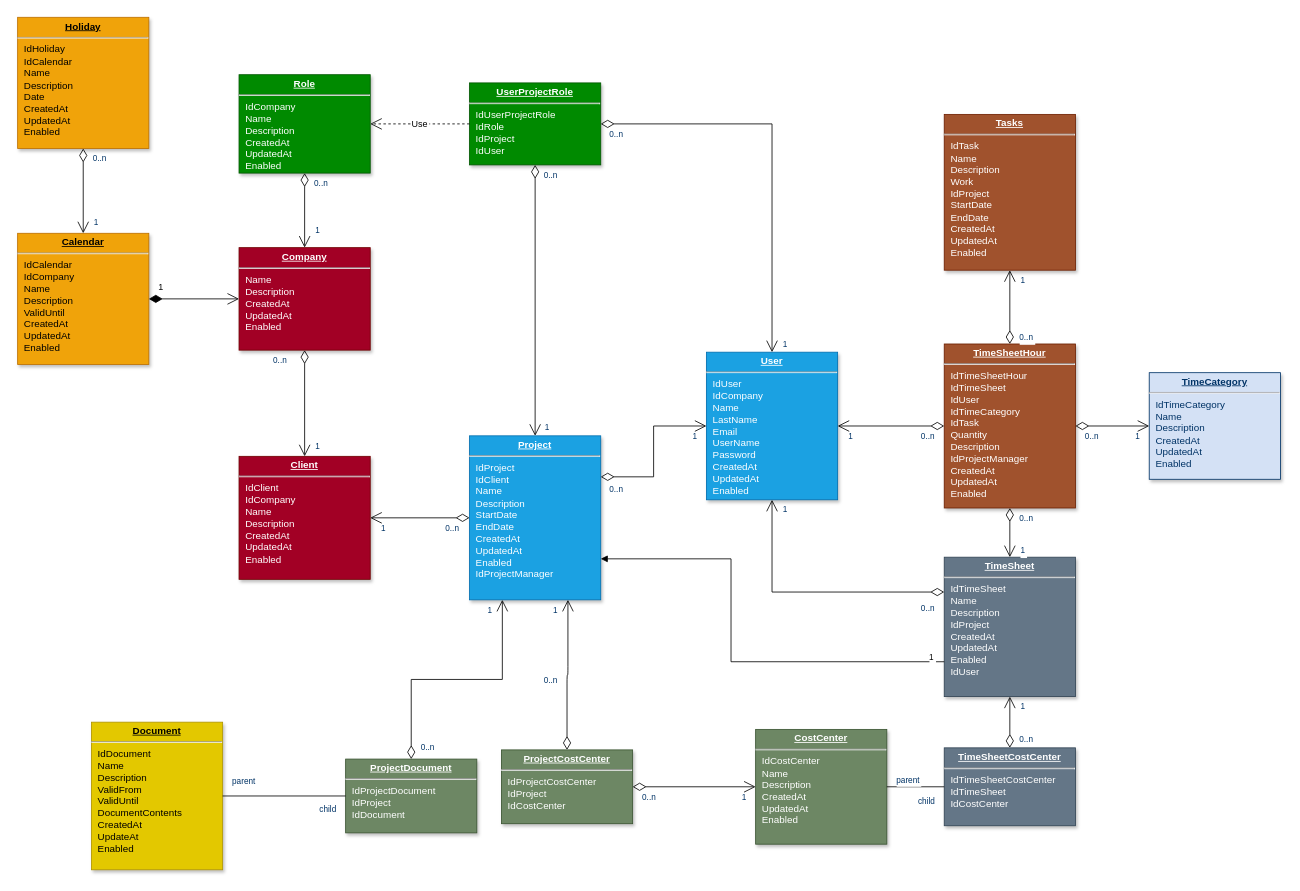
harvey971081/project1030 keeps this draw.io diagram as 未命名绘图.drawio. Above is the earlier version. Source tidied: cells renumbered, new cells numbered last; positions are measured from the earlier drawing's top-left corner, leaving out a move shared by most shapes. Both pictures are drawn from the tidied source at 82%, with x=0, y=0 at pixel (17, 17).
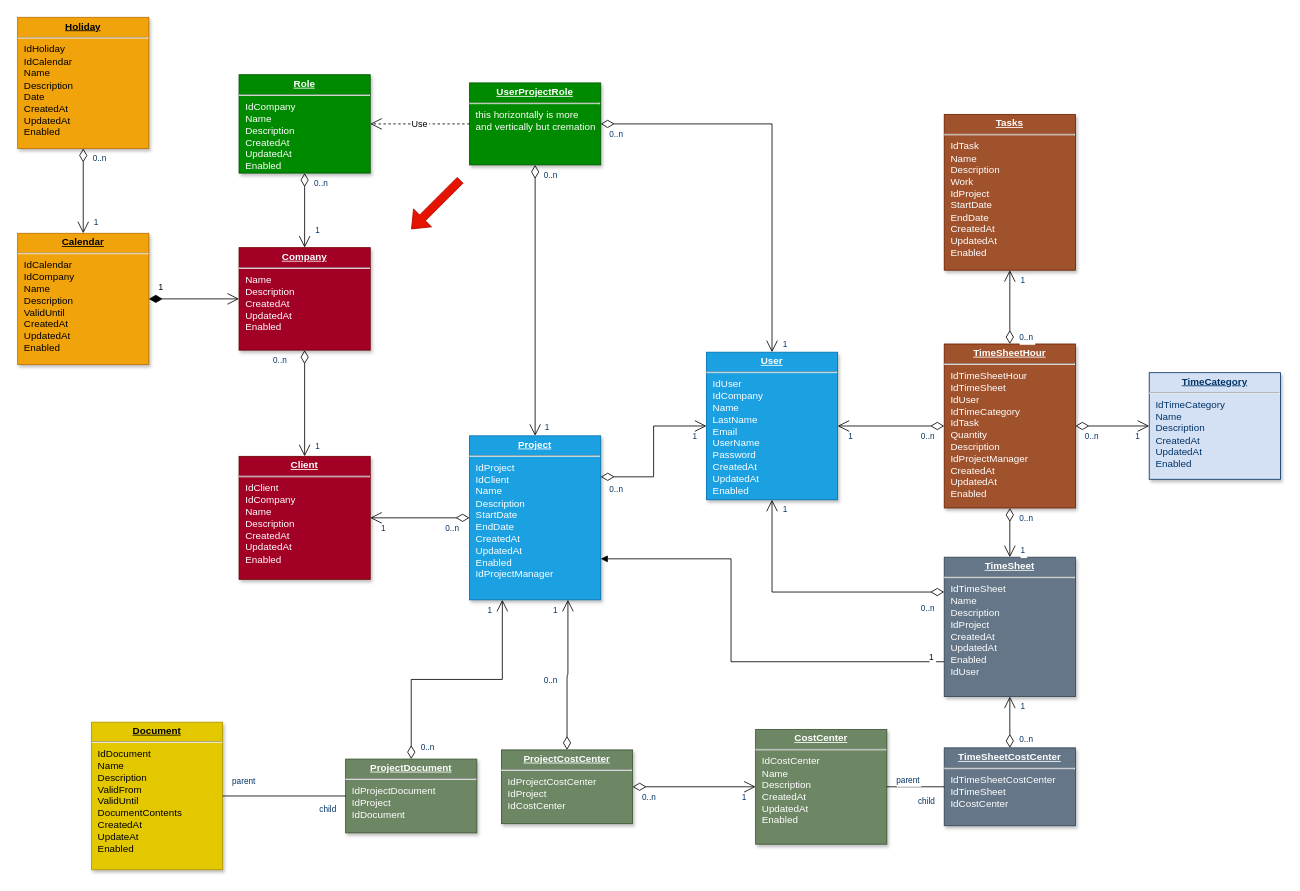
The same page after the edit.

Change to the diagram source:
```diff
@@
-    <mxCell id="6" value="&lt;p style=&quot;margin: 0px; margin-top: 4px; text-align: center; text-decoration: underline;&quot;&gt;&lt;strong&gt;UserProjectRole&lt;/strong&gt;&lt;/p&gt;&lt;hr /&gt;&lt;p style=&quot;margin: 0px; margin-left: 8px;&quot;&gt;IdUserProjectRole&lt;/p&gt;&lt;p style=&quot;margin: 0px; margin-left: 8px;&quot;&gt;IdRole&lt;/p&gt;&lt;p style=&quot;margin: 0px; margin-left: 8px;&quot;&gt;IdProject&lt;/p&gt;&lt;p style=&quot;margin: 0px; margin-left: 8px;&quot;&gt;IdUser&lt;/p&gt;" style="verticalAlign=top;align=left;overflow=fill;fontSize=12;fontFamily=Helvetica;html=1;strokeColor=#005700;shadow=1;fillColor=#008a00;fontColor=#ffffff;" parent="1" vertex="1">
+    <mxCell id="6" value="&lt;p style=&quot;margin: 0px; margin-top: 4px; text-align: center; text-decoration: underline;&quot;&gt;&lt;strong&gt;UserProjectRole&lt;/strong&gt;&lt;/p&gt;&lt;hr&gt;&lt;p style=&quot;margin: 0px; margin-left: 8px;&quot;&gt;this horizontally is more&amp;nbsp;&lt;/p&gt;&lt;p style=&quot;margin: 0px; margin-left: 8px;&quot;&gt;and vertically but cremation&amp;nbsp;&lt;/p&gt;&lt;p style=&quot;margin: 0px; margin-left: 8px;&quot;&gt;&lt;br&gt;&lt;/p&gt;" style="verticalAlign=top;align=left;overflow=fill;fontSize=12;fontFamily=Helvetica;html=1;strokeColor=#005700;shadow=1;fillColor=#008a00;fontColor=#ffffff;" parent="1" vertex="1">
       <mxGeometry x="551.1" y="79.6" width="160" height="100" as="geometry" />
     </mxCell>
@@
+    <mxCell id="77" style="shape=flexArrow;endArrow=classic;html=1;rounded=0;fillColor=#e51400;strokeColor=#B20000;" parent="1" edge="1">
+      <mxGeometry relative="1" as="geometry">
+        <mxPoint x="540" y="198" as="sourcePoint" />
+        <mxPoint x="480" y="258" as="targetPoint" />
+      </mxGeometry>
+    </mxCell>
```
